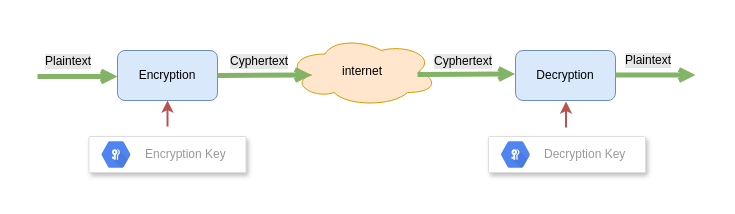
Earlier version of the draw.io diagram src/pages/articles/https/secure-connnections-with-ssl/encryption_decryption_overview.drawio (ahenteti/ahenteti.github.io). Source tidied: cells renumbered, new cells numbered last; positions are measured from the earlier drawing's top-left corner, leaving out a move shared by most shapes. Both pictures are drawn from the tidied source at 100%, with x=0, y=0 at pixel (37, 36).
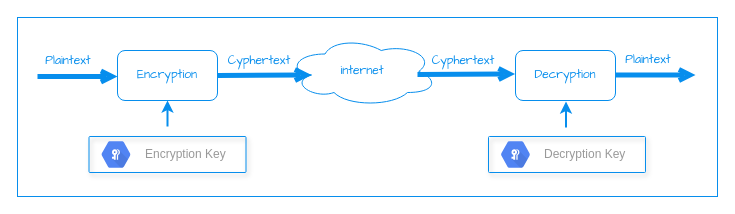
Above is the later version.

What changed in the source:
```diff
@@
+    <mxCell id="19" style="rounded=0;whiteSpace=wrap;html=1;labelBackgroundColor=none;strokeColor=#078EED;fillColor=none;fontFamily=Comic Sans MS;fontColor=#078EED;" parent="1" vertex="1">
+      <mxGeometry x="-20" y="-19" width="700" height="179" as="geometry" />
+    </mxCell>
-    <mxCell id="2" style="endArrow=open;html=1;strokeWidth=5;fillColor=#d5e8d4;strokeColor=#82b366;endFill=0;" parent="1" edge="1">
+    <mxCell id="2" style="endArrow=open;html=1;strokeWidth=5;fillColor=#d5e8d4;strokeColor=#078EED;endFill=0;" parent="1" edge="1">
       <mxGeometry relative="1" as="geometry">
         <mxPoint y="40" as="sourcePoint" />
         <mxPoint x="80" y="40" as="targetPoint" />
       </mxGeometry>
     </mxCell>
-    <mxCell id="3" value="Encryption" style="rounded=1;whiteSpace=wrap;html=1;fillColor=#dae8fc;strokeColor=#6c8ebf;" parent="1" vertex="1">
+    <mxCell id="3" value="Encryption" style="rounded=1;whiteSpace=wrap;html=1;fillColor=none;strokeColor=#078EED;fontFamily=Comic Sans MS;fontColor=#078EED;" parent="1" vertex="1">
       <mxGeometry x="80" y="14" width="100" height="50" as="geometry" />
     </mxCell>
-    <mxCell id="4" style="endArrow=classic;html=1;strokeWidth=2;entryX=0.5;entryY=1;entryDx=0;entryDy=0;fillColor=#f8cecc;strokeColor=#b85450;" parent="1" edge="1" target="3">
+    <mxCell id="4" style="endArrow=classic;html=1;strokeWidth=2;entryX=0.5;entryY=1;entryDx=0;entryDy=0;fillColor=#f8cecc;strokeColor=#078EED;" parent="1" edge="1" target="3">
       <mxGeometry relative="1" as="geometry">
         <mxPoint x="130" y="90" as="sourcePoint" />
       </mxGeometry>
     </mxCell>
-    <mxCell id="5" value="Plaintext" style="text;html=1;strokeColor=none;fillColor=none;align=center;verticalAlign=middle;whiteSpace=wrap;rounded=0;labelBackgroundColor=#E6E6E6;" parent="1" vertex="1">
+    <mxCell id="5" value="Plaintext" style="text;html=1;strokeColor=none;fillColor=none;align=center;verticalAlign=middle;whiteSpace=wrap;rounded=0;labelBackgroundColor=none;fontColor=#078EED;fontFamily=Comic Sans MS;" parent="1" vertex="1">
       <mxGeometry x="6" y="17" width="50" height="16" as="geometry" />
     </mxCell>
-    <mxCell id="6" value="internet" style="ellipse;shape=cloud;whiteSpace=wrap;html=1;fillColor=#ffe6cc;strokeColor=#d79b00;" parent="1" vertex="1">
+    <mxCell id="6" value="internet" style="ellipse;shape=cloud;whiteSpace=wrap;html=1;fillColor=none;strokeColor=#078EED;fontFamily=Comic Sans MS;fontColor=#078EED;" parent="1" vertex="1">
       <mxGeometry x="250" width="150" height="70" as="geometry" />
     </mxCell>
-    <mxCell id="7" style="endArrow=open;html=1;strokeWidth=5;fillColor=#d5e8d4;strokeColor=#82b366;endFill=0;entryX=0.16;entryY=0.55;entryDx=0;entryDy=0;entryPerimeter=0;" parent="1" edge="1" target="6">
+    <mxCell id="7" style="endArrow=open;html=1;strokeWidth=5;fillColor=#d5e8d4;strokeColor=#078EED;endFill=0;entryX=0.16;entryY=0.55;entryDx=0;entryDy=0;entryPerimeter=0;" parent="1" edge="1" target="6">
       <mxGeometry relative="1" as="geometry">
         <mxPoint x="180" y="39" as="sourcePoint" />
       </mxGeometry>
     </mxCell>
-    <mxCell id="8" value="Cyphertext" style="text;html=1;strokeColor=none;fillColor=none;align=center;verticalAlign=middle;whiteSpace=wrap;rounded=0;labelBackgroundColor=#E6E6E6;" parent="1" vertex="1">
+    <mxCell id="8" value="Cyphertext" style="text;html=1;strokeColor=none;fillColor=none;align=center;verticalAlign=middle;whiteSpace=wrap;rounded=0;labelBackgroundColor=none;fontColor=#078EED;fontFamily=Comic Sans MS;" parent="1" vertex="1">
       <mxGeometry x="196.5" y="17" width="50" height="16" as="geometry" />
     </mxCell>
-    <mxCell id="9" style="endArrow=open;html=1;strokeWidth=5;fillColor=#d5e8d4;strokeColor=#82b366;endFill=0;entryX=0.16;entryY=0.55;entryDx=0;entryDy=0;entryPerimeter=0;" parent="1" edge="1">
+    <mxCell id="9" style="endArrow=open;html=1;strokeWidth=5;fillColor=#d5e8d4;strokeColor=#078EED;endFill=0;entryX=0.16;entryY=0.55;entryDx=0;entryDy=0;entryPerimeter=0;" parent="1" edge="1">
       <mxGeometry relative="1" as="geometry">
         <mxPoint x="380" y="38" as="sourcePoint" />
         <mxPoint x="477.6" y="37.5" as="targetPoint" />
       </mxGeometry>
     </mxCell>
-    <mxCell id="10" value="Cyphertext" style="text;html=1;strokeColor=none;fillColor=none;align=center;verticalAlign=middle;whiteSpace=wrap;rounded=0;labelBackgroundColor=#E6E6E6;" parent="1" vertex="1">
+    <mxCell id="10" value="Cyphertext" style="text;html=1;strokeColor=none;fillColor=none;align=center;verticalAlign=middle;whiteSpace=wrap;rounded=0;labelBackgroundColor=none;fontColor=#078EED;fontFamily=Comic Sans MS;" parent="1" vertex="1">
       <mxGeometry x="401" y="17" width="50" height="16" as="geometry" />
     </mxCell>
-    <mxCell id="11" value="Decryption" style="rounded=1;whiteSpace=wrap;html=1;fillColor=#dae8fc;strokeColor=#6c8ebf;" parent="1" vertex="1">
+    <mxCell id="11" value="Decryption" style="rounded=1;whiteSpace=wrap;html=1;fillColor=none;strokeColor=#078EED;fontFamily=Comic Sans MS;fontColor=#078EED;" parent="1" vertex="1">
       <mxGeometry x="478" y="14" width="100" height="50" as="geometry" />
     </mxCell>
-    <mxCell id="12" style="endArrow=classic;html=1;strokeWidth=2;entryX=0.5;entryY=1;entryDx=0;entryDy=0;fillColor=#f8cecc;strokeColor=#b85450;" parent="1" edge="1">
+    <mxCell id="12" style="endArrow=classic;html=1;strokeWidth=2;entryX=0.5;entryY=1;entryDx=0;entryDy=0;fillColor=#f8cecc;strokeColor=#078EED;" parent="1" edge="1">
       <mxGeometry relative="1" as="geometry">
         <mxPoint x="528.5" y="91" as="sourcePoint" />
         <mxPoint x="528.5" y="65" as="targetPoint" />
       </mxGeometry>
     </mxCell>
-    <mxCell id="13" value="Plaintext" style="text;html=1;strokeColor=none;fillColor=none;align=center;verticalAlign=middle;whiteSpace=wrap;rounded=0;labelBackgroundColor=#E6E6E6;" parent="1" vertex="1">
+    <mxCell id="13" value="Plaintext" style="text;html=1;strokeColor=none;fillColor=none;align=center;verticalAlign=middle;whiteSpace=wrap;rounded=0;labelBackgroundColor=none;fontColor=#078EED;fontFamily=Comic Sans MS;" parent="1" vertex="1">
       <mxGeometry x="586.2" y="16" width="50" height="16" as="geometry" />
     </mxCell>
-    <mxCell id="14" style="strokeColor=#dddddd;fillColor=#ffffff;shadow=1;strokeWidth=1;rounded=1;absoluteArcSize=1;arcSize=2;" parent="1" vertex="1">
+    <mxCell id="14" style="strokeColor=#078EED;fillColor=none;shadow=1;strokeWidth=1;rounded=1;absoluteArcSize=1;arcSize=2;fontColor=#000000;" parent="1" vertex="1">
       <mxGeometry x="51.5" y="100" width="157" height="36" as="geometry" />
     </mxCell>
@@
-    <mxCell id="16" style="strokeColor=#dddddd;fillColor=#ffffff;shadow=1;strokeWidth=1;rounded=1;absoluteArcSize=1;arcSize=2;" parent="1" vertex="1">
+    <mxCell id="16" style="strokeColor=#078EED;fillColor=none;shadow=1;strokeWidth=1;rounded=1;absoluteArcSize=1;arcSize=2;" parent="1" vertex="1">
       <mxGeometry x="451" y="100" width="157" height="36" as="geometry" />
     </mxCell>
@@
-    <mxCell id="18" style="endArrow=open;html=1;strokeWidth=5;fillColor=#d5e8d4;strokeColor=#82b366;endFill=0;" parent="1" edge="1">
+    <mxCell id="18" style="endArrow=open;html=1;strokeWidth=5;fillColor=#d5e8d4;strokeColor=#078EED;endFill=0;" parent="1" edge="1">
       <mxGeometry relative="1" as="geometry">
         <mxPoint x="578" y="38.5" as="sourcePoint" />
         <mxPoint x="658" y="38.5" as="targetPoint" />
       </mxGeometry>
     </mxCell>
```
